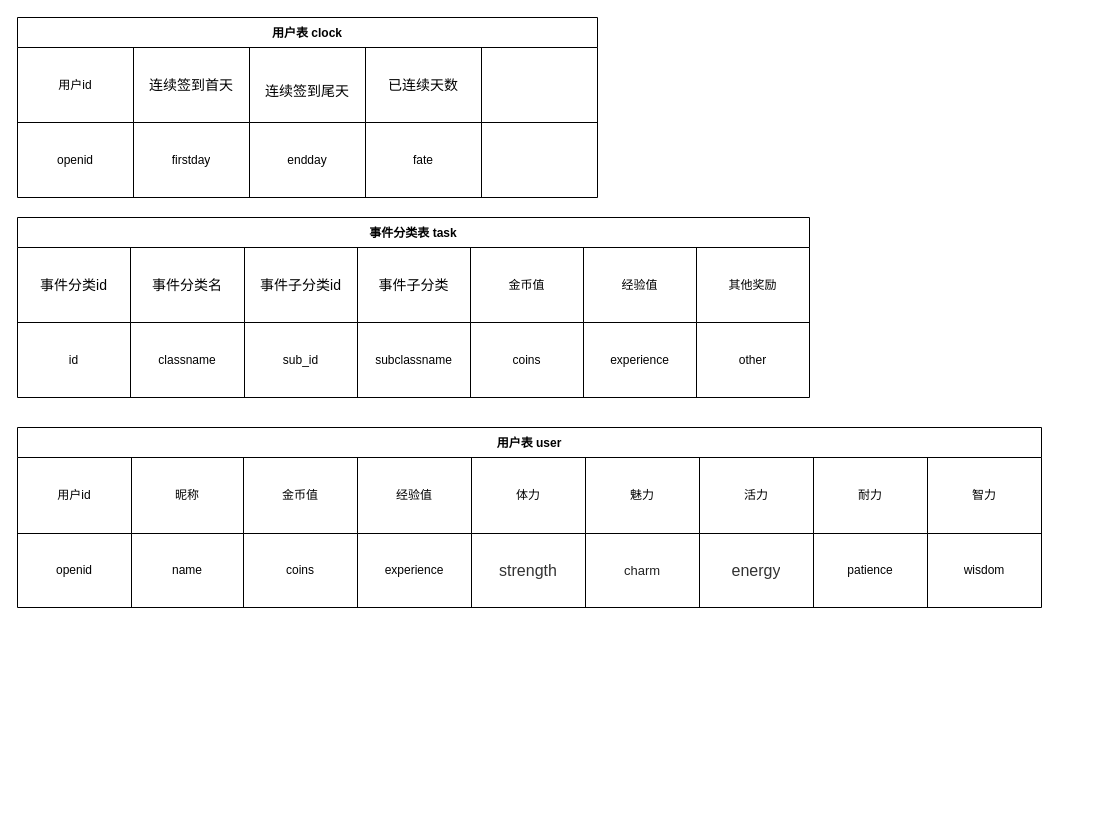
dTIris/code_library keeps this draw.io diagram as page "第 2 页" (2 of 2) of 组织结构图.drawio. Above is the earlier version. Source tidied: cells renumbered, new cells numbered last; positions are measured from the earlier drawing's top-left corner, leaving out a move shared by most shapes. Both pictures are drawn from the tidied source at 100%, with x=0, y=0 at pixel (17, 17).
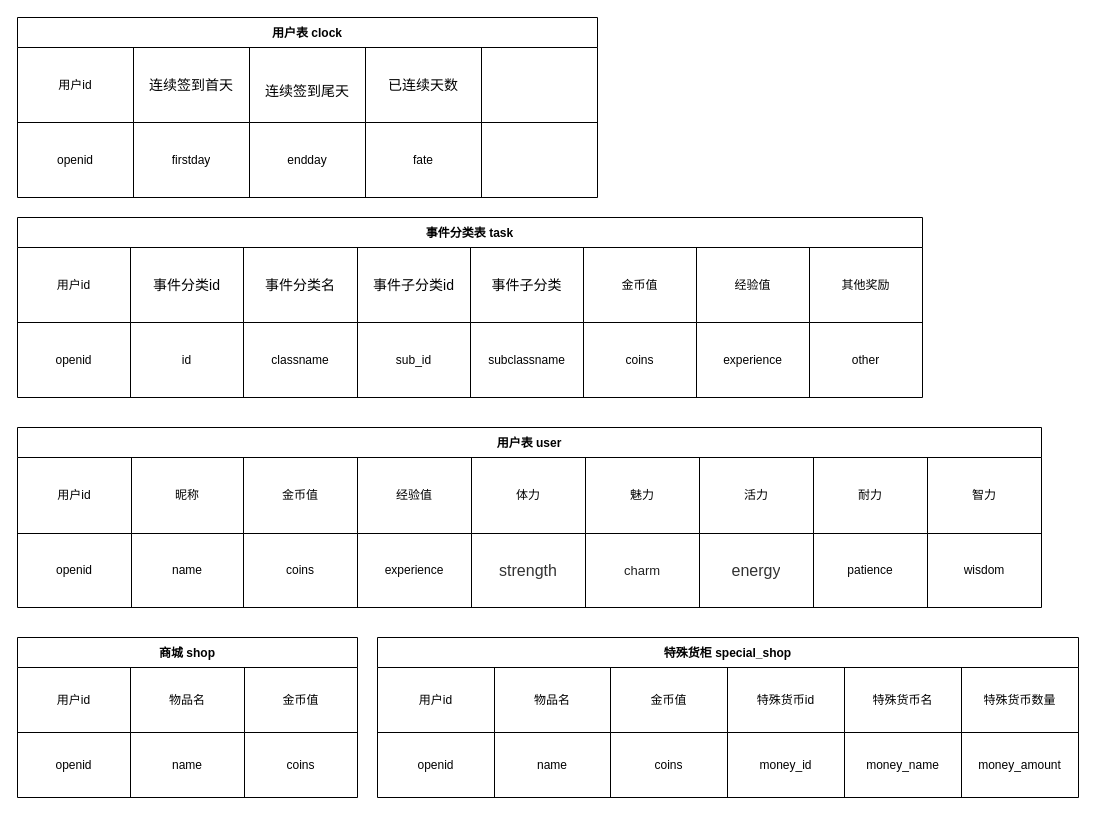
The same diagram, later.

Commit message (it also covers changes not shown here):
更新组织结构图.drawio

Diff of the diagram source:
```diff
@@
     <mxCell id="15" value="事件分类表 task" style="shape=table;startSize=30;childLayout=tableLayout;fontStyle=1;align=center;" parent="1" vertex="1">
-      <mxGeometry y="200" width="792" height="180" as="geometry" />
+      <mxGeometry y="200" width="905" height="180" as="geometry" />
     </mxCell>
     <mxCell id="16" style="shape=partialRectangle;html=1;whiteSpace=wrap;fillColor=none;top=0;left=0;bottom=0;right=0;" parent="15" vertex="1">
-      <mxGeometry y="30" width="792" height="75" as="geometry" />
+      <mxGeometry y="30" width="905" height="75" as="geometry" />
     </mxCell>
+    <mxCell id="53" value="用户id" style="shape=partialRectangle;html=1;whiteSpace=wrap;fillColor=none;top=0;left=0;bottom=0;right=0;overflow=hidden;" parent="16" vertex="1">
+      <mxGeometry width="113" height="75" as="geometry" />
+    </mxCell>
     <mxCell id="17" value="&lt;div style=&quot;line-height: 1.75 ; font-size: 14px ; text-align: left&quot;&gt;事件分类id&lt;/div&gt;" style="shape=partialRectangle;html=1;whiteSpace=wrap;fillColor=none;top=0;left=0;bottom=0;right=0;overflow=hidden;" parent="16" vertex="1">
-      <mxGeometry width="113" height="75" as="geometry" />
+      <mxGeometry x="113" width="113" height="75" as="geometry" />
     </mxCell>
     <mxCell id="18" value="&lt;div style=&quot;line-height: 1.75 ; font-size: 14px ; text-align: left&quot;&gt;事件分类名&lt;/div&gt;" style="shape=partialRectangle;html=1;whiteSpace=wrap;fillColor=none;top=0;left=0;bottom=0;right=0;overflow=hidden;" parent="16" vertex="1">
-      <mxGeometry x="113" width="114" height="75" as="geometry" />
+      <mxGeometry x="226" width="114" height="75" as="geometry" />
     </mxCell>
     <mxCell id="19" value="&lt;div style=&quot;line-height: 1.75 ; font-size: 14px ; text-align: left&quot;&gt;事件子分类id&lt;/div&gt;" style="shape=partialRectangle;html=1;whiteSpace=wrap;fillColor=none;top=0;left=0;bottom=0;right=0;overflow=hidden;" parent="16" vertex="1">
-      <mxGeometry x="227" width="113" height="75" as="geometry" />
+      <mxGeometry x="340" width="113" height="75" as="geometry" />
     </mxCell>
     <mxCell id="20" value="&lt;div style=&quot;line-height: 1.75 ; font-size: 14px ; text-align: left&quot;&gt;事件子分类&lt;/div&gt;" style="shape=partialRectangle;html=1;whiteSpace=wrap;fillColor=none;top=0;left=0;bottom=0;right=0;overflow=hidden;" parent="16" vertex="1">
-      <mxGeometry x="340" width="113" height="75" as="geometry" />
+      <mxGeometry x="453" width="113" height="75" as="geometry" />
     </mxCell>
     <mxCell id="21" value="金币值" style="shape=partialRectangle;html=1;whiteSpace=wrap;fillColor=none;top=0;left=0;bottom=0;right=0;overflow=hidden;" parent="16" vertex="1">
-      <mxGeometry x="453" width="113" height="75" as="geometry" />
+      <mxGeometry x="566" width="113" height="75" as="geometry" />
     </mxCell>
     <mxCell id="22" value="经验值" style="shape=partialRectangle;html=1;whiteSpace=wrap;fillColor=none;top=0;left=0;bottom=0;right=0;overflow=hidden;" parent="16" vertex="1">
-      <mxGeometry x="566" width="113" height="75" as="geometry" />
+      <mxGeometry x="679" width="113" height="75" as="geometry" />
     </mxCell>
     <mxCell id="23" value="其他奖励" style="shape=partialRectangle;html=1;whiteSpace=wrap;fillColor=none;top=0;left=0;bottom=0;right=0;overflow=hidden;" parent="16" vertex="1">
-      <mxGeometry x="679" width="113" height="75" as="geometry" />
+      <mxGeometry x="792" width="113" height="75" as="geometry" />
     </mxCell>
     <mxCell id="24" style="shape=partialRectangle;html=1;whiteSpace=wrap;fillColor=none;top=0;left=0;bottom=0;right=0;" parent="15" vertex="1">
-      <mxGeometry y="105" width="792" height="75" as="geometry" />
+      <mxGeometry y="105" width="905" height="75" as="geometry" />
     </mxCell>
+    <mxCell id="54" value="openid" style="shape=partialRectangle;html=1;whiteSpace=wrap;fillColor=none;top=0;left=0;bottom=0;right=0;overflow=hidden;" parent="24" vertex="1">
+      <mxGeometry width="113" height="75" as="geometry" />
+    </mxCell>
     <mxCell id="25" value="id" style="shape=partialRectangle;html=1;whiteSpace=wrap;fillColor=none;top=0;left=0;bottom=0;right=0;overflow=hidden;" parent="24" vertex="1">
-      <mxGeometry width="113" height="75" as="geometry" />
+      <mxGeometry x="113" width="113" height="75" as="geometry" />
     </mxCell>
     <mxCell id="26" value="classname" style="shape=partialRectangle;html=1;whiteSpace=wrap;fillColor=none;top=0;left=0;bottom=0;right=0;overflow=hidden;" parent="24" vertex="1">
-      <mxGeometry x="113" width="114" height="75" as="geometry" />
+      <mxGeometry x="226" width="114" height="75" as="geometry" />
     </mxCell>
     <mxCell id="27" value="sub_id" style="shape=partialRectangle;html=1;whiteSpace=wrap;fillColor=none;top=0;left=0;bottom=0;right=0;overflow=hidden;" parent="24" vertex="1">
-      <mxGeometry x="227" width="113" height="75" as="geometry" />
+      <mxGeometry x="340" width="113" height="75" as="geometry" />
     </mxCell>
     <mxCell id="28" value="subclassname" style="shape=partialRectangle;html=1;whiteSpace=wrap;fillColor=none;top=0;left=0;bottom=0;right=0;overflow=hidden;" parent="24" vertex="1">
-      <mxGeometry x="340" width="113" height="75" as="geometry" />
+      <mxGeometry x="453" width="113" height="75" as="geometry" />
     </mxCell>
     <mxCell id="29" value="coins" style="shape=partialRectangle;html=1;whiteSpace=wrap;fillColor=none;top=0;left=0;bottom=0;right=0;overflow=hidden;" parent="24" vertex="1">
-      <mxGeometry x="453" width="113" height="75" as="geometry" />
+      <mxGeometry x="566" width="113" height="75" as="geometry" />
     </mxCell>
     <mxCell id="30" value="experience" style="shape=partialRectangle;html=1;whiteSpace=wrap;fillColor=none;top=0;left=0;bottom=0;right=0;overflow=hidden;" parent="24" vertex="1">
-      <mxGeometry x="566" width="113" height="75" as="geometry" />
+      <mxGeometry x="679" width="113" height="75" as="geometry" />
     </mxCell>
     <mxCell id="31" value="other" style="shape=partialRectangle;html=1;whiteSpace=wrap;fillColor=none;top=0;left=0;bottom=0;right=0;overflow=hidden;" parent="24" vertex="1">
-      <mxGeometry x="679" width="113" height="75" as="geometry" />
+      <mxGeometry x="792" width="113" height="75" as="geometry" />
     </mxCell>
@@
+    <mxCell id="55" value="商城 shop" style="shape=table;startSize=30;childLayout=tableLayout;fontStyle=1;align=center;" parent="1" vertex="1">
+      <mxGeometry y="620" width="340" height="160" as="geometry" />
+    </mxCell>
+    <mxCell id="56" style="shape=partialRectangle;html=1;whiteSpace=wrap;fillColor=none;top=0;left=0;bottom=0;right=0;" parent="55" vertex="1">
+      <mxGeometry y="30" width="340" height="65" as="geometry" />
+    </mxCell>
+    <mxCell id="57" value="用户id" style="shape=partialRectangle;html=1;whiteSpace=wrap;fillColor=none;top=0;left=0;bottom=0;right=0;overflow=hidden;" parent="56" vertex="1">
+      <mxGeometry width="113" height="65" as="geometry" />
+    </mxCell>
+    <mxCell id="58" value="物品名" style="shape=partialRectangle;html=1;whiteSpace=wrap;fillColor=none;top=0;left=0;bottom=0;right=0;overflow=hidden;" parent="56" vertex="1">
+      <mxGeometry x="113" width="114" height="65" as="geometry" />
+    </mxCell>
+    <mxCell id="59" value="金币值" style="shape=partialRectangle;html=1;whiteSpace=wrap;fillColor=none;top=0;left=0;bottom=0;right=0;overflow=hidden;" parent="56" vertex="1">
+      <mxGeometry x="227" width="113" height="65" as="geometry" />
+    </mxCell>
+    <mxCell id="60" style="shape=partialRectangle;html=1;whiteSpace=wrap;fillColor=none;top=0;left=0;bottom=0;right=0;" parent="55" vertex="1">
+      <mxGeometry y="95" width="340" height="65" as="geometry" />
+    </mxCell>
+    <mxCell id="61" value="openid" style="shape=partialRectangle;html=1;whiteSpace=wrap;fillColor=none;top=0;left=0;bottom=0;right=0;overflow=hidden;" parent="60" vertex="1">
+      <mxGeometry width="113" height="65" as="geometry" />
+    </mxCell>
+    <mxCell id="62" value="name" style="shape=partialRectangle;html=1;whiteSpace=wrap;fillColor=none;top=0;left=0;bottom=0;right=0;overflow=hidden;" parent="60" vertex="1">
+      <mxGeometry x="113" width="114" height="65" as="geometry" />
+    </mxCell>
+    <mxCell id="63" value="coins" style="shape=partialRectangle;html=1;whiteSpace=wrap;fillColor=none;top=0;left=0;bottom=0;right=0;overflow=hidden;" parent="60" vertex="1">
+      <mxGeometry x="227" width="113" height="65" as="geometry" />
+    </mxCell>
+    <mxCell id="64" value="特殊货柜 special_shop" style="shape=table;startSize=30;childLayout=tableLayout;fontStyle=1;align=center;" parent="1" vertex="1">
+      <mxGeometry x="360" y="620" width="701" height="160" as="geometry" />
+    </mxCell>
+    <mxCell id="65" style="shape=partialRectangle;html=1;whiteSpace=wrap;fillColor=none;top=0;left=0;bottom=0;right=0;" parent="64" vertex="1">
+      <mxGeometry y="30" width="701" height="65" as="geometry" />
+    </mxCell>
+    <mxCell id="66" value="用户id" style="shape=partialRectangle;html=1;whiteSpace=wrap;fillColor=none;top=0;left=0;bottom=0;right=0;overflow=hidden;" parent="65" vertex="1">
+      <mxGeometry width="117" height="65" as="geometry" />
+    </mxCell>
+    <mxCell id="67" value="物品名" style="shape=partialRectangle;html=1;whiteSpace=wrap;fillColor=none;top=0;left=0;bottom=0;right=0;overflow=hidden;" parent="65" vertex="1">
+      <mxGeometry x="117" width="116" height="65" as="geometry" />
+    </mxCell>
+    <mxCell id="68" value="金币值" style="shape=partialRectangle;html=1;whiteSpace=wrap;fillColor=none;top=0;left=0;bottom=0;right=0;overflow=hidden;" parent="65" vertex="1">
+      <mxGeometry x="233" width="117" height="65" as="geometry" />
+    </mxCell>
+    <mxCell id="69" value="特殊货币id" style="shape=partialRectangle;html=1;whiteSpace=wrap;fillColor=none;top=0;left=0;bottom=0;right=0;overflow=hidden;" parent="65" vertex="1">
+      <mxGeometry x="350" width="117" height="65" as="geometry" />
+    </mxCell>
+    <mxCell id="70" value="特殊货币名" style="shape=partialRectangle;html=1;whiteSpace=wrap;fillColor=none;top=0;left=0;bottom=0;right=0;overflow=hidden;" parent="65" vertex="1">
+      <mxGeometry x="467" width="117" height="65" as="geometry" />
+    </mxCell>
+    <mxCell id="71" value="特殊货币数量" style="shape=partialRectangle;html=1;whiteSpace=wrap;fillColor=none;top=0;left=0;bottom=0;right=0;overflow=hidden;" parent="65" vertex="1">
+      <mxGeometry x="584" width="117" height="65" as="geometry" />
+    </mxCell>
+    <mxCell id="72" style="shape=partialRectangle;html=1;whiteSpace=wrap;fillColor=none;top=0;left=0;bottom=0;right=0;" parent="64" vertex="1">
+      <mxGeometry y="95" width="701" height="65" as="geometry" />
+    </mxCell>
+    <mxCell id="73" value="openid" style="shape=partialRectangle;html=1;whiteSpace=wrap;fillColor=none;top=0;left=0;bottom=0;right=0;overflow=hidden;" parent="72" vertex="1">
+      <mxGeometry width="117" height="65" as="geometry" />
+    </mxCell>
+    <mxCell id="74" value="name" style="shape=partialRectangle;html=1;whiteSpace=wrap;fillColor=none;top=0;left=0;bottom=0;right=0;overflow=hidden;" parent="72" vertex="1">
+      <mxGeometry x="117" width="116" height="65" as="geometry" />
+    </mxCell>
+    <mxCell id="75" value="coins" style="shape=partialRectangle;html=1;whiteSpace=wrap;fillColor=none;top=0;left=0;bottom=0;right=0;overflow=hidden;" parent="72" vertex="1">
+      <mxGeometry x="233" width="117" height="65" as="geometry" />
+    </mxCell>
+    <mxCell id="76" value="money_id" style="shape=partialRectangle;html=1;whiteSpace=wrap;fillColor=none;top=0;left=0;bottom=0;right=0;overflow=hidden;" parent="72" vertex="1">
+      <mxGeometry x="350" width="117" height="65" as="geometry" />
+    </mxCell>
+    <mxCell id="77" value="money_name" style="shape=partialRectangle;html=1;whiteSpace=wrap;fillColor=none;top=0;left=0;bottom=0;right=0;overflow=hidden;" parent="72" vertex="1">
+      <mxGeometry x="467" width="117" height="65" as="geometry" />
+    </mxCell>
+    <mxCell id="78" value="money_amount" style="shape=partialRectangle;html=1;whiteSpace=wrap;fillColor=none;top=0;left=0;bottom=0;right=0;overflow=hidden;" parent="72" vertex="1">
+      <mxGeometry x="584" width="117" height="65" as="geometry" />
+    </mxCell>
```
